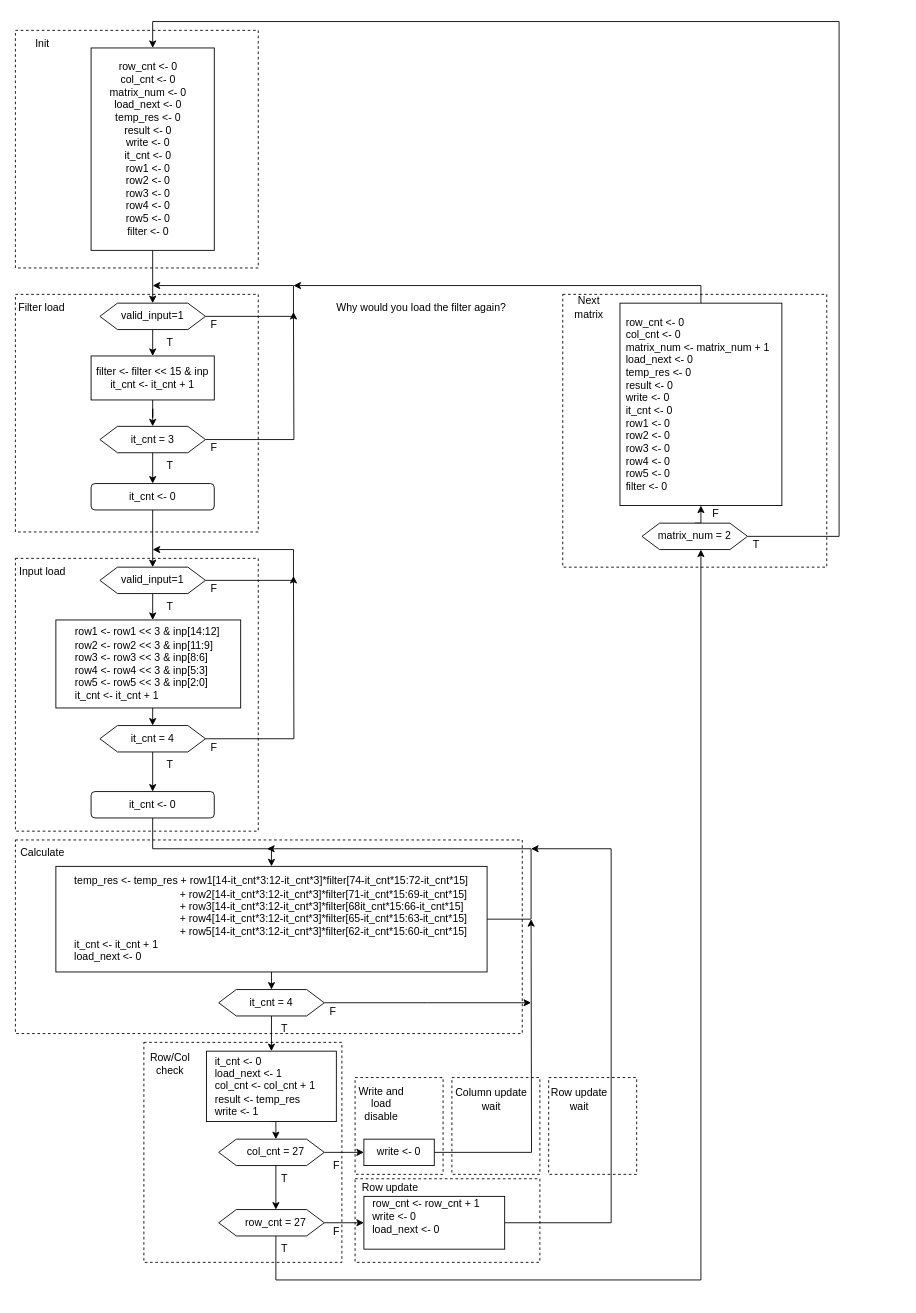
This is page "Convolution ASMD" (3 of 3) of Diagrams.drawio from thevenus/etin35-pulpino, a draw.io file, before an edit. Source tidied: cells renumbered, new cells numbered last; positions are measured from the earlier drawing's top-left corner, leaving out a move shared by most shapes. Both pictures are drawn from the tidied source at 88%, with x=0, y=0 at pixel (15, 21).
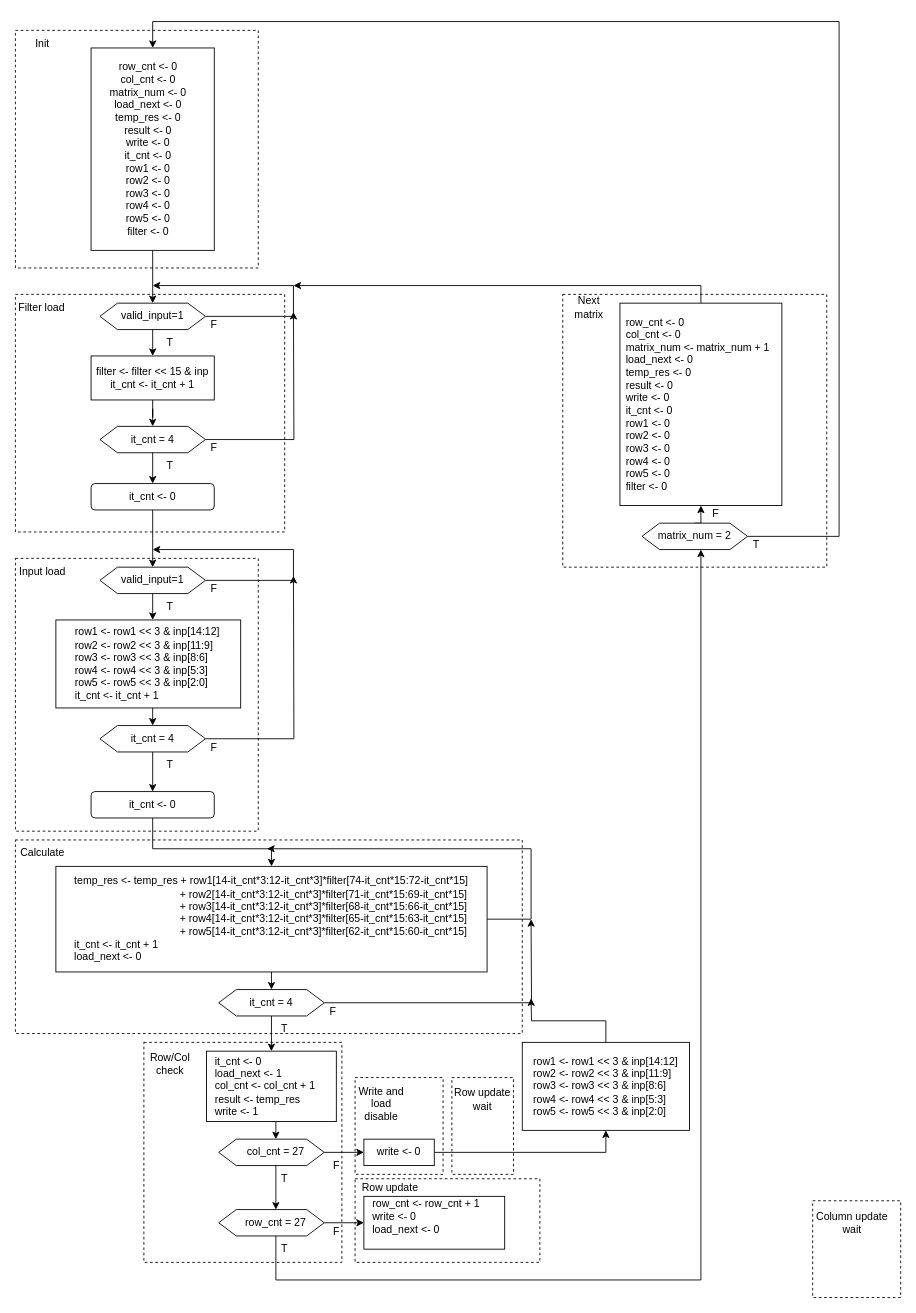
Above is the later version.

Unchanged cells that the change refers to:
```xml
<mxCell id="52" style="shape=hexagon;perimeter=hexagonPerimeter2;whiteSpace=wrap;html=1;fixedSize=1;" parent="1" vertex="1">
  <mxGeometry x="231" y="1100" width="120" height="30" as="geometry" />
</mxCell>
<mxCell id="81" style="rounded=0;whiteSpace=wrap;html=1;" parent="1" vertex="1">
  <mxGeometry x="396" y="1335" width="160" height="60" as="geometry" />
</mxCell>
<mxCell id="91" style="rounded=0;whiteSpace=wrap;html=1;" parent="1" vertex="1">
  <mxGeometry x="396" y="1270" width="80" height="30" as="geometry" />
</mxCell>
```

The edit, as a diff of the source:
```diff
@@
     <mxCell id="14" style="rounded=0;whiteSpace=wrap;html=1;fillColor=none;dashed=1;" parent="1" vertex="1">
-      <mxGeometry y="310" width="276" height="270" as="geometry" />
+      <mxGeometry y="310" width="306" height="270" as="geometry" />
     </mxCell>
@@
-    <mxCell id="18" value="it_cnt = 3" style="text;html=1;align=center;verticalAlign=middle;whiteSpace=wrap;rounded=0;" parent="1" vertex="1">
+    <mxCell id="18" value="it_cnt = 4" style="text;html=1;align=center;verticalAlign=middle;whiteSpace=wrap;rounded=0;" parent="1" vertex="1">
       <mxGeometry x="126" y="460" width="60" height="30" as="geometry" />
     </mxCell>
@@
-    <mxCell id="47" value="&lt;div align=&quot;left&quot;&gt;temp_res &amp;lt;- temp_res + row1[14-it_cnt*3:12-it_cnt*3]*filter[74-it_cnt*15:72-it_cnt*15]&lt;/div&gt;&lt;div align=&quot;left&quot;&gt;&lt;span style=&quot;white-space: pre;&quot;&gt;&#9;&lt;/span&gt;&lt;span style=&quot;white-space: pre;&quot;&gt;&#9;&lt;/span&gt;&lt;span style=&quot;white-space: pre;&quot;&gt;&#9;&lt;/span&gt;&lt;span style=&quot;white-space: pre;&quot;&gt;&#9;&lt;/span&gt;&amp;nbsp;&amp;nbsp;&amp;nbsp; + row2[14-it_cnt*3:12-it_cnt*3]*filter[71-it_cnt*15:69-it_cnt*15]&lt;/div&gt;&lt;div align=&quot;left&quot;&gt;&lt;span style=&quot;white-space: pre;&quot;&gt;&#9;&lt;/span&gt;&lt;span style=&quot;white-space: pre;&quot;&gt;&#9;&lt;/span&gt;&lt;span style=&quot;white-space: pre;&quot;&gt;&#9;&lt;/span&gt;&lt;span style=&quot;white-space: pre;&quot;&gt;&#9;&lt;/span&gt;&amp;nbsp;&amp;nbsp;&amp;nbsp; + row3[14-it_cnt*3:12-it_cnt*3]*filter[68it_cnt*15:66-it_cnt*15]&lt;/div&gt;&lt;div align=&quot;left&quot;&gt;&lt;span style=&quot;white-space: pre;&quot;&gt;&#9;&lt;/span&gt;&lt;span style=&quot;white-space: pre;&quot;&gt;&#9;&lt;/span&gt;&lt;span style=&quot;white-space: pre;&quot;&gt;&#9;&lt;/span&gt;&lt;span style=&quot;white-space: pre;&quot;&gt;&#9;&lt;/span&gt;&amp;nbsp;&amp;nbsp;&amp;nbsp; + row4[14-it_cnt*3:12-it_cnt*3]*filter[65-it_cnt*15:63-it_cnt*15]&lt;/div&gt;&lt;div align=&quot;left&quot;&gt;&lt;span style=&quot;white-space: pre;&quot;&gt;&#9;&lt;/span&gt;&lt;span style=&quot;white-space: pre;&quot;&gt;&#9;&lt;/span&gt;&lt;span style=&quot;white-space: pre;&quot;&gt;&#9;&lt;/span&gt;&lt;span style=&quot;white-space: pre;&quot;&gt;&#9;&lt;/span&gt;&amp;nbsp;&amp;nbsp;&amp;nbsp; + row5[14-it_cnt*3:12-it_cnt*3]*filter[62-it_cnt*15:60-it_cnt*15]&lt;/div&gt;&lt;div align=&quot;left&quot;&gt;it_cnt &amp;lt;- it_cnt + 1&lt;/div&gt;&lt;div align=&quot;left&quot;&gt;load_next &amp;lt;- 0&lt;br&gt;&lt;/div&gt;" style="text;html=1;align=center;verticalAlign=middle;whiteSpace=wrap;rounded=0;" parent="1" vertex="1">
+    <mxCell id="47" value="&lt;div align=&quot;left&quot;&gt;temp_res &amp;lt;- temp_res + row1[14-it_cnt*3:12-it_cnt*3]*filter[74-it_cnt*15:72-it_cnt*15]&lt;/div&gt;&lt;div align=&quot;left&quot;&gt;&lt;span style=&quot;white-space: pre;&quot;&gt;&#9;&lt;/span&gt;&lt;span style=&quot;white-space: pre;&quot;&gt;&#9;&lt;/span&gt;&lt;span style=&quot;white-space: pre;&quot;&gt;&#9;&lt;/span&gt;&lt;span style=&quot;white-space: pre;&quot;&gt;&#9;&lt;/span&gt;&amp;nbsp;&amp;nbsp;&amp;nbsp; + row2[14-it_cnt*3:12-it_cnt*3]*filter[71-it_cnt*15:69-it_cnt*15]&lt;/div&gt;&lt;div align=&quot;left&quot;&gt;&lt;span style=&quot;white-space: pre;&quot;&gt;&#9;&lt;/span&gt;&lt;span style=&quot;white-space: pre;&quot;&gt;&#9;&lt;/span&gt;&lt;span style=&quot;white-space: pre;&quot;&gt;&#9;&lt;/span&gt;&lt;span style=&quot;white-space: pre;&quot;&gt;&#9;&lt;/span&gt;&amp;nbsp;&amp;nbsp;&amp;nbsp; + row3[14-it_cnt*3:12-it_cnt*3]*filter[68-it_cnt*15:66-it_cnt*15]&lt;/div&gt;&lt;div align=&quot;left&quot;&gt;&lt;span style=&quot;white-space: pre;&quot;&gt;&#9;&lt;/span&gt;&lt;span style=&quot;white-space: pre;&quot;&gt;&#9;&lt;/span&gt;&lt;span style=&quot;white-space: pre;&quot;&gt;&#9;&lt;/span&gt;&lt;span style=&quot;white-space: pre;&quot;&gt;&#9;&lt;/span&gt;&amp;nbsp;&amp;nbsp;&amp;nbsp; + row4[14-it_cnt*3:12-it_cnt*3]*filter[65-it_cnt*15:63-it_cnt*15]&lt;/div&gt;&lt;div align=&quot;left&quot;&gt;&lt;span style=&quot;white-space: pre;&quot;&gt;&#9;&lt;/span&gt;&lt;span style=&quot;white-space: pre;&quot;&gt;&#9;&lt;/span&gt;&lt;span style=&quot;white-space: pre;&quot;&gt;&#9;&lt;/span&gt;&lt;span style=&quot;white-space: pre;&quot;&gt;&#9;&lt;/span&gt;&amp;nbsp;&amp;nbsp;&amp;nbsp; + row5[14-it_cnt*3:12-it_cnt*3]*filter[62-it_cnt*15:60-it_cnt*15]&lt;/div&gt;&lt;div align=&quot;left&quot;&gt;it_cnt &amp;lt;- it_cnt + 1&lt;/div&gt;&lt;div align=&quot;left&quot;&gt;load_next &amp;lt;- 0&lt;br&gt;&lt;/div&gt;" style="text;html=1;align=center;verticalAlign=middle;whiteSpace=wrap;rounded=0;" parent="1" vertex="1">
       <mxGeometry x="61" y="970" width="460" height="100" as="geometry" />
     </mxCell>
@@
     <mxCell id="51" style="edgeStyle=orthogonalEdgeStyle;rounded=0;jettySize=auto;html=1;exitX=1;exitY=0.5;exitDx=0;exitDy=0;" parent="1" edge="1" source="52">
       <mxGeometry relative="1" as="geometry">
-        <mxPoint x="586" y="1115" as="targetPoint" />
+        <mxPoint x="586" y="1020" as="targetPoint" />
       </mxGeometry>
     </mxCell>
@@
     <mxCell id="75" style="rounded=0;whiteSpace=wrap;html=1;fillColor=none;dashed=1;" parent="1" vertex="1">
-      <mxGeometry x="496" y="1200" width="100" height="110" as="geometry" />
+      <mxGeometry x="906" y="1340" width="100" height="110" as="geometry" />
     </mxCell>
@@
     <mxCell id="78" value="&lt;div&gt;Column update wait&lt;br&gt;&lt;/div&gt;" style="text;html=1;align=center;verticalAlign=middle;whiteSpace=wrap;rounded=0;" parent="1" vertex="1">
-      <mxGeometry x="496" y="1210" width="90" height="30" as="geometry" />
+      <mxGeometry x="906" y="1350" width="90" height="30" as="geometry" />
     </mxCell>
@@
-    <mxCell id="80" style="edgeStyle=orthogonalEdgeStyle;rounded=0;jettySize=auto;html=1;exitX=1;exitY=0.5;exitDx=0;exitDy=0;" parent="1" edge="1" source="81">
-      <mxGeometry relative="1" as="geometry">
-        <mxPoint x="586" y="940" as="targetPoint" />
-        <Array as="points">
-          <mxPoint x="677" y="1365" />
-        </Array>
-      </mxGeometry>
-    </mxCell>
@@
     <mxCell id="83" style="rounded=0;whiteSpace=wrap;html=1;fillColor=none;dashed=1;" parent="1" vertex="1">
-      <mxGeometry x="606" y="1200" width="100" height="110" as="geometry" />
+      <mxGeometry x="496" y="1200" width="70" height="110" as="geometry" />
     </mxCell>
     <mxCell id="84" value="&lt;div&gt;Row update wait&lt;br&gt;&lt;/div&gt;" style="text;html=1;align=center;verticalAlign=middle;whiteSpace=wrap;rounded=0;" parent="1" vertex="1">
-      <mxGeometry x="606" y="1210" width="70" height="30" as="geometry" />
+      <mxGeometry x="496" y="1210" width="70" height="30" as="geometry" />
     </mxCell>
@@
-    <mxCell id="90" style="edgeStyle=orthogonalEdgeStyle;rounded=0;jettySize=auto;html=1;exitX=1;exitY=0.5;exitDx=0;exitDy=0;" parent="1" edge="1" source="91">
-      <mxGeometry relative="1" as="geometry">
-        <mxPoint x="586" y="1020" as="targetPoint" />
-      </mxGeometry>
-    </mxCell>
+    <mxCell id="102" style="edgeStyle=orthogonalEdgeStyle;rounded=0;jettySize=auto;html=1;exitX=1;exitY=0.5;exitDx=0;exitDy=0;entryX=0.5;entryY=1;entryDx=0;entryDy=0;" parent="1" edge="1" source="91" target="104">
+      <mxGeometry relative="1" as="geometry" />
+    </mxCell>
@@
-    <mxCell id="101" value="Why would you load the filter again?" style="text;html=1;align=center;verticalAlign=middle;strokeColor=none;fillColor=none;" parent="1" vertex="1">
-      <mxGeometry x="351" y="310" width="220" height="30" as="geometry" />
-    </mxCell>
+    <mxCell id="103" style="edgeStyle=orthogonalEdgeStyle;rounded=0;jettySize=auto;html=1;exitX=0.5;exitY=0;exitDx=0;exitDy=0;" parent="1" edge="1" source="104">
+      <mxGeometry relative="1" as="geometry">
+        <mxPoint x="586" y="1110" as="targetPoint" />
+      </mxGeometry>
+    </mxCell>
+    <mxCell id="104" style="rounded=0;whiteSpace=wrap;html=1;" parent="1" vertex="1">
+      <mxGeometry x="576" y="1160" width="190" height="100" as="geometry" />
+    </mxCell>
+    <mxCell id="105" value="&lt;div align=&quot;left&quot;&gt;row1 &amp;lt;- row1 &amp;lt;&amp;lt; 3 &amp;amp; inp[14:12]&lt;br&gt;&lt;/div&gt;&lt;div&gt;&lt;div align=&quot;left&quot;&gt;row2 &amp;lt;- row2 &amp;lt;&amp;lt; 3 &amp;amp; inp[11:9]&lt;/div&gt;&lt;div align=&quot;left&quot;&gt;&lt;div align=&quot;left&quot;&gt;row3 &amp;lt;- row3 &amp;lt;&amp;lt; 3 &amp;amp; inp[8:6]&lt;/div&gt;&lt;div align=&quot;left&quot;&gt;&lt;div align=&quot;left&quot;&gt;row4 &amp;lt;- row4 &amp;lt;&amp;lt; 3 &amp;amp; inp[5:3]&lt;/div&gt;&lt;div align=&quot;left&quot;&gt;&lt;div align=&quot;left&quot;&gt;row5 &amp;lt;- row5 &amp;lt;&amp;lt; 3 &amp;amp; inp[2:0]&lt;br&gt;&lt;/div&gt;&lt;/div&gt;&lt;/div&gt;&lt;/div&gt;&lt;/div&gt;" style="text;html=1;align=center;verticalAlign=middle;whiteSpace=wrap;rounded=0;" parent="1" vertex="1">
+      <mxGeometry x="581" y="1170" width="180" height="80" as="geometry" />
+    </mxCell>
```
